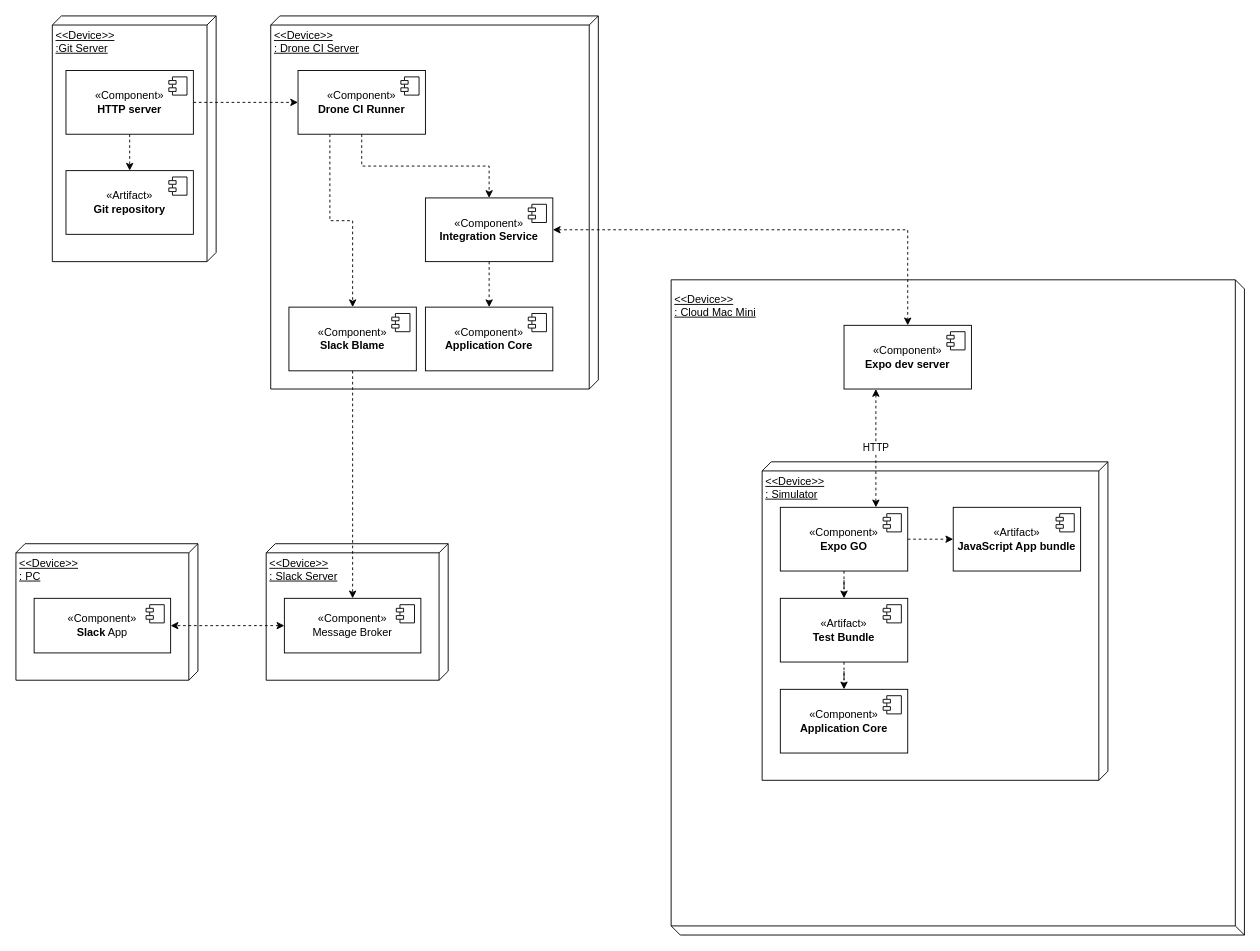
Earlier version of the draw.io diagram page "Physical view" (3 of 8) of 4+1.drawio (luukvankooten/draw.io). Source tidied: cells renumbered, new cells numbered last; positions are measured from the earlier drawing's top-left corner, leaving out a move shared by most shapes. Both pictures are drawn from the tidied source at 91%, with x=0, y=0 at pixel (15, 15).
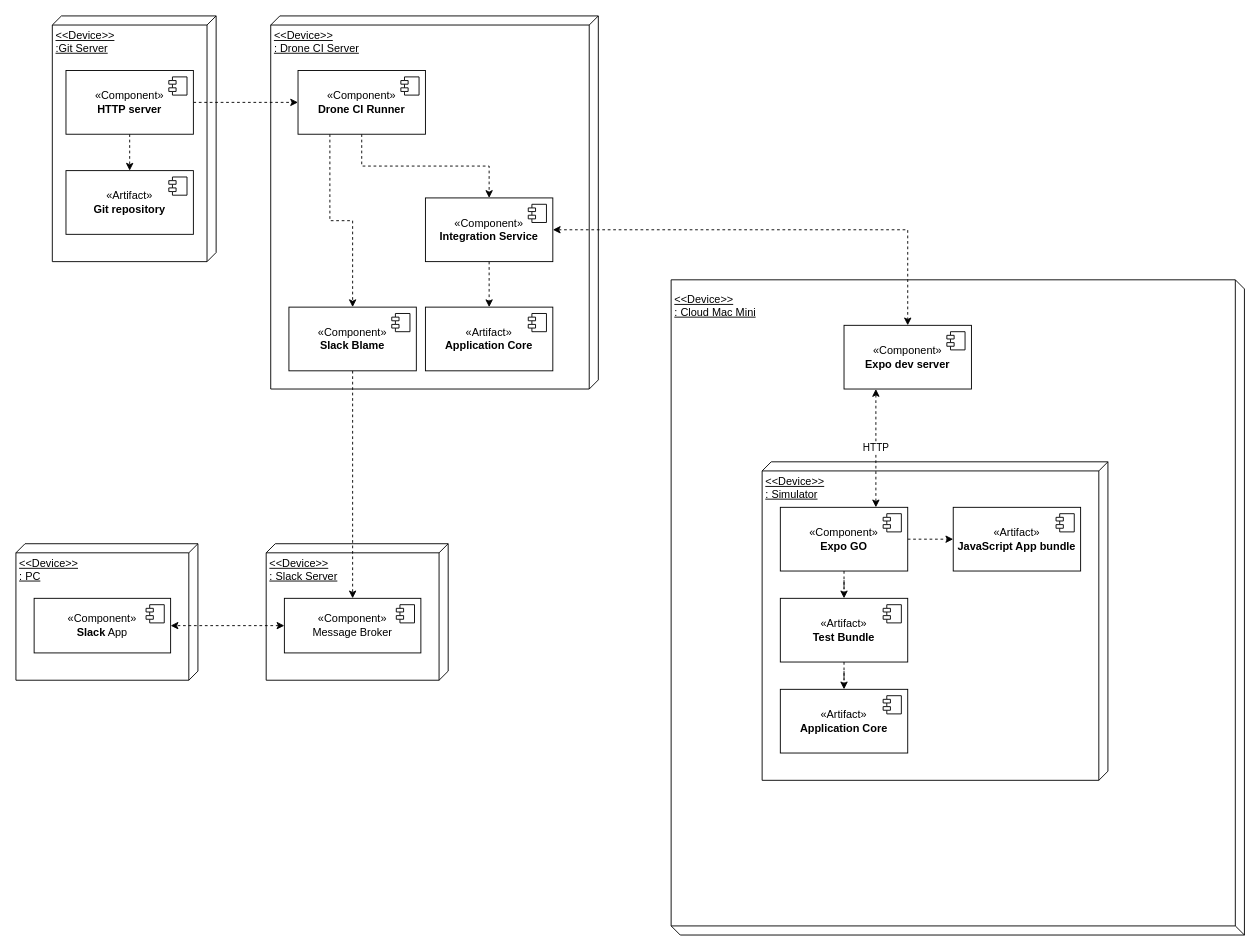
After the change.

Change to the diagram source:
```diff
@@
-    <mxCell id="36" value="&lt;div&gt;«Component»&lt;/div&gt;&lt;div&gt;&lt;b&gt;Application Core&lt;/b&gt;&lt;br&gt;&lt;/div&gt;" style="html=1;whiteSpace=wrap;" parent="1" vertex="1">
+    <mxCell id="36" value="&lt;div&gt;«Artifact»&lt;/div&gt;&lt;div&gt;&lt;b&gt;Application Core&lt;/b&gt;&lt;br&gt;&lt;/div&gt;" style="html=1;whiteSpace=wrap;" parent="1" vertex="1">
       <mxGeometry x="450" y="320" width="140" height="70" as="geometry" />
     </mxCell>
@@
-    <mxCell id="38" value="&lt;div&gt;«Component»&lt;/div&gt;&lt;div&gt;&lt;b&gt;Application Core&lt;/b&gt;&lt;br&gt;&lt;/div&gt;" style="html=1;whiteSpace=wrap;" parent="1" vertex="1">
+    <mxCell id="38" value="&lt;div&gt;«Artifact»&lt;/div&gt;&lt;div&gt;&lt;b&gt;Application Core&lt;/b&gt;&lt;br&gt;&lt;/div&gt;" style="html=1;whiteSpace=wrap;" parent="1" vertex="1">
       <mxGeometry x="840" y="740" width="140" height="70" as="geometry" />
     </mxCell>
```
